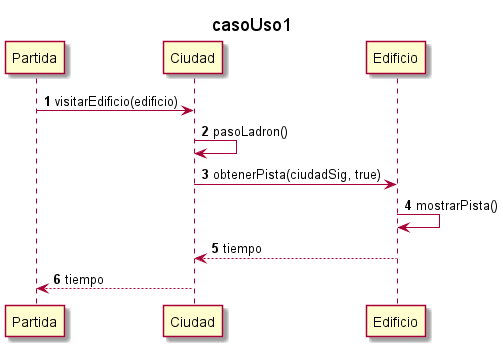
alexguttlein/TP2-CarmenSandiego keeps this PlantUML diagram as diagrams/sequences/Entrega1/casoUso1.png. Above is the earlier version.
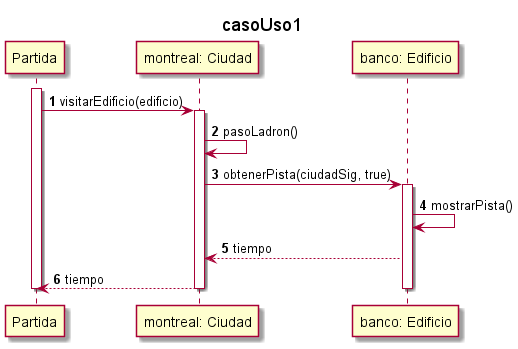
Later version of the same file.

Commit message:
Agregados diagramas de secuencia de caso de uso 1 y 3 (Entrega 1)

What changed in the source:
```diff
@@ -2,11 +2,18 @@
 
 autonumber
 title casoUso1
-Partida -> Ciudad: visitarEdificio(edificio)
-Ciudad -> Ciudad: pasoLadron()
-Ciudad -> Edificio: obtenerPista(ciudadSig, true)
-Edificio -> Edificio: mostrarPista()
+activate Partida
+Partida -> "montreal: Ciudad": visitarEdificio(edificio)
+activate "montreal: Ciudad"
+"montreal: Ciudad" -> "montreal: Ciudad": pasoLadron()
+"montreal: Ciudad" -> "banco: Edificio": obtenerPista(ciudadSig, true)
+activate "banco: Edificio"
+"banco: Edificio" -> "banco: Edificio": mostrarPista()
 
-Edificio --> Ciudad: tiempo
-Ciudad --> Partida: tiempo
+"banco: Edificio" --> "montreal: Ciudad": tiempo
+"montreal: Ciudad" --> Partida: tiempo
+
+deactivate "banco: Edificio"
+deactivate "montreal: Ciudad"
+deactivate Partida
 @enduml
```
